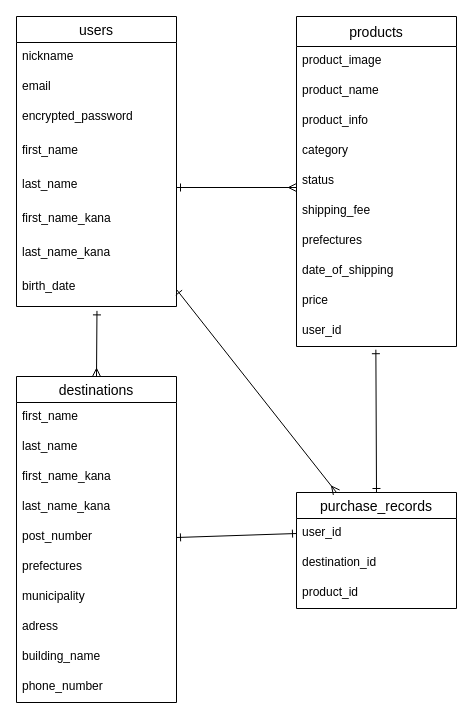
zumesan/furima-37586 keeps this draw.io diagram as furima.dio. Above is the earlier version. Source tidied: cells renumbered, new cells numbered last; positions are measured from the earlier drawing's top-left corner, leaving out a move shared by most shapes. Both pictures are drawn from the tidied source at 100%, with x=0, y=0 at pixel (16, 16).
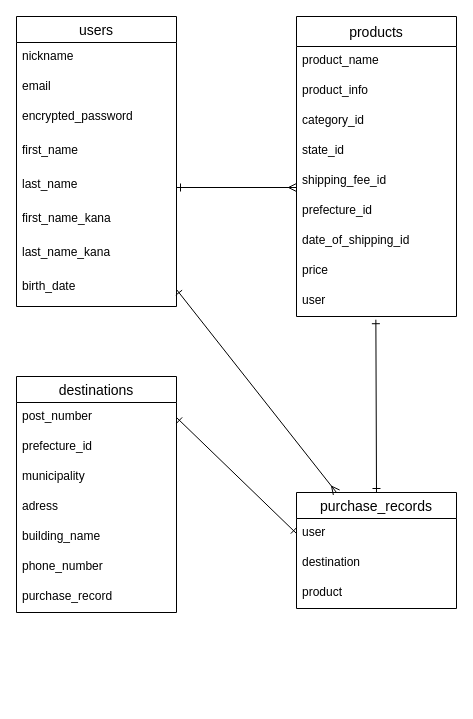
After the change.

The change refers to these unchanged cells:
```xml
<mxCell id="10" value="birth_date" style="text;strokeColor=none;fillColor=none;spacingLeft=4;spacingRight=4;overflow=hidden;points=[[0,0.5],[1,0.5]];portConstraint=eastwest;fontSize=12;" parent="2" vertex="1">
  <mxGeometry y="256" width="160" height="34" as="geometry" />
</mxCell>
<mxCell id="35" value="purchase_records" style="swimlane;fontStyle=0;horizontal=1;startSize=26;align=center;fontSize=14;" parent="1" vertex="1">
  <mxGeometry x="280" y="476" width="160" height="116" as="geometry" />
</mxCell>
```

What changed in the source:
```diff
@@
     <mxCell id="12" value="products" style="swimlane;fontStyle=0;horizontal=1;startSize=30;align=center;fontSize=14;" parent="1" vertex="1">
-      <mxGeometry x="280" width="160" height="330" as="geometry" />
+      <mxGeometry x="280" width="160" height="300" as="geometry" />
     </mxCell>
-    <mxCell id="13" value="product_image" style="text;strokeColor=none;fillColor=none;spacingLeft=4;spacingRight=4;overflow=hidden;fontSize=12;" parent="12" vertex="1">
-      <mxGeometry y="30" width="160" height="30" as="geometry" />
-    </mxCell>
     <mxCell id="14" value="product_name" style="text;strokeColor=none;fillColor=none;spacingLeft=4;spacingRight=4;overflow=hidden;fontSize=12;" parent="12" vertex="1">
-      <mxGeometry y="60" width="160" height="30" as="geometry" />
+      <mxGeometry y="30" width="160" height="30" as="geometry" />
     </mxCell>
     <mxCell id="15" value="product_info" style="text;strokeColor=none;fillColor=none;spacingLeft=4;spacingRight=4;overflow=hidden;fontSize=12;" parent="12" vertex="1">
-      <mxGeometry y="90" width="160" height="30" as="geometry" />
+      <mxGeometry y="60" width="160" height="30" as="geometry" />
     </mxCell>
-    <mxCell id="16" value="category" style="text;strokeColor=none;fillColor=none;spacingLeft=4;spacingRight=4;overflow=hidden;fontSize=12;" parent="12" vertex="1">
-      <mxGeometry y="120" width="160" height="30" as="geometry" />
+    <mxCell id="16" value="category_id" style="text;strokeColor=none;fillColor=none;spacingLeft=4;spacingRight=4;overflow=hidden;fontSize=12;" parent="12" vertex="1">
+      <mxGeometry y="90" width="160" height="30" as="geometry" />
     </mxCell>
-    <mxCell id="17" value="status" style="text;strokeColor=none;fillColor=none;spacingLeft=4;spacingRight=4;overflow=hidden;fontSize=12;" parent="12" vertex="1">
-      <mxGeometry y="150" width="160" height="30" as="geometry" />
+    <mxCell id="17" value="state_id" style="text;strokeColor=none;fillColor=none;spacingLeft=4;spacingRight=4;overflow=hidden;fontSize=12;" parent="12" vertex="1">
+      <mxGeometry y="120" width="160" height="30" as="geometry" />
     </mxCell>
-    <mxCell id="18" value="shipping_fee" style="text;strokeColor=none;fillColor=none;spacingLeft=4;spacingRight=4;overflow=hidden;fontSize=12;" parent="12" vertex="1">
-      <mxGeometry y="180" width="160" height="30" as="geometry" />
+    <mxCell id="18" value="shipping_fee_id" style="text;strokeColor=none;fillColor=none;spacingLeft=4;spacingRight=4;overflow=hidden;fontSize=12;" parent="12" vertex="1">
+      <mxGeometry y="150" width="160" height="30" as="geometry" />
     </mxCell>
-    <mxCell id="19" value="prefectures" style="text;strokeColor=none;fillColor=none;spacingLeft=4;spacingRight=4;overflow=hidden;fontSize=12;" parent="12" vertex="1">
-      <mxGeometry y="210" width="160" height="30" as="geometry" />
+    <mxCell id="19" value="prefecture_id" style="text;strokeColor=none;fillColor=none;spacingLeft=4;spacingRight=4;overflow=hidden;fontSize=12;" parent="12" vertex="1">
+      <mxGeometry y="180" width="160" height="30" as="geometry" />
     </mxCell>
-    <mxCell id="20" value="date_of_shipping" style="text;strokeColor=none;fillColor=none;spacingLeft=4;spacingRight=4;overflow=hidden;fontSize=12;" parent="12" vertex="1">
-      <mxGeometry y="240" width="160" height="30" as="geometry" />
+    <mxCell id="20" value="date_of_shipping_id" style="text;strokeColor=none;fillColor=none;spacingLeft=4;spacingRight=4;overflow=hidden;fontSize=12;" parent="12" vertex="1">
+      <mxGeometry y="210" width="160" height="30" as="geometry" />
     </mxCell>
     <mxCell id="21" value="price" style="text;strokeColor=none;fillColor=none;spacingLeft=4;spacingRight=4;overflow=hidden;fontSize=12;" parent="12" vertex="1">
-      <mxGeometry y="270" width="160" height="30" as="geometry" />
+      <mxGeometry y="240" width="160" height="30" as="geometry" />
     </mxCell>
-    <mxCell id="22" value="user_id" style="text;strokeColor=none;fillColor=none;spacingLeft=4;spacingRight=4;overflow=hidden;points=[[0,0.5],[1,0.5]];portConstraint=eastwest;fontSize=12;" parent="12" vertex="1">
-      <mxGeometry y="300" width="160" height="30" as="geometry" />
+    <mxCell id="22" value="user" style="text;strokeColor=none;fillColor=none;spacingLeft=4;spacingRight=4;overflow=hidden;points=[[0,0.5],[1,0.5]];portConstraint=eastwest;fontSize=12;" parent="12" vertex="1">
+      <mxGeometry y="270" width="160" height="30" as="geometry" />
     </mxCell>
-    <mxCell id="23" style="edgeStyle=none;html=1;exitX=0.5;exitY=0;exitDx=0;exitDy=0;entryX=0.503;entryY=1.129;entryDx=0;entryDy=0;entryPerimeter=0;startArrow=ERmany;startFill=0;endArrow=ERone;endFill=0;" parent="1" edge="1" source="24" target="10">
-      <mxGeometry relative="1" as="geometry" />
-    </mxCell>
     <mxCell id="24" value="destinations" style="swimlane;fontStyle=0;horizontal=1;startSize=26;align=center;fontSize=14;" parent="1" vertex="1">
-      <mxGeometry y="360" width="160" height="326" as="geometry" />
+      <mxGeometry y="360" width="160" height="236" as="geometry" />
     </mxCell>
-    <mxCell id="25" value="first_name" style="text;strokeColor=none;fillColor=none;spacingLeft=4;spacingRight=4;overflow=hidden;fontSize=12;" parent="24" vertex="1">
-      <mxGeometry y="26" width="160" height="30" as="geometry" />
-    </mxCell>
-    <mxCell id="26" value="last_name" style="text;strokeColor=none;fillColor=none;spacingLeft=4;spacingRight=4;overflow=hidden;fontSize=12;" parent="24" vertex="1">
-      <mxGeometry y="56" width="160" height="30" as="geometry" />
-    </mxCell>
-    <mxCell id="27" value="first_name_kana" style="text;strokeColor=none;fillColor=none;spacingLeft=4;spacingRight=4;overflow=hidden;fontSize=12;" parent="24" vertex="1">
-      <mxGeometry y="86" width="160" height="30" as="geometry" />
-    </mxCell>
-    <mxCell id="28" value="last_name_kana" style="text;strokeColor=none;fillColor=none;spacingLeft=4;spacingRight=4;overflow=hidden;fontSize=12;" parent="24" vertex="1">
-      <mxGeometry y="116" width="160" height="30" as="geometry" />
-    </mxCell>
     <mxCell id="29" value="post_number" style="text;strokeColor=none;fillColor=none;spacingLeft=4;spacingRight=4;overflow=hidden;points=[[0,0.5],[1,0.5]];portConstraint=eastwest;fontSize=12;" parent="24" vertex="1">
-      <mxGeometry y="146" width="160" height="30" as="geometry" />
+      <mxGeometry y="26" width="160" height="30" as="geometry" />
     </mxCell>
-    <mxCell id="30" value="prefectures" style="text;strokeColor=none;fillColor=none;spacingLeft=4;spacingRight=4;overflow=hidden;fontSize=12;" parent="24" vertex="1">
-      <mxGeometry y="176" width="160" height="30" as="geometry" />
+    <mxCell id="30" value="prefecture_id" style="text;strokeColor=none;fillColor=none;spacingLeft=4;spacingRight=4;overflow=hidden;fontSize=12;" parent="24" vertex="1">
+      <mxGeometry y="56" width="160" height="30" as="geometry" />
     </mxCell>
     <mxCell id="31" value="municipality" style="text;strokeColor=none;fillColor=none;spacingLeft=4;spacingRight=4;overflow=hidden;fontSize=12;" parent="24" vertex="1">
-      <mxGeometry y="206" width="160" height="30" as="geometry" />
+      <mxGeometry y="86" width="160" height="30" as="geometry" />
     </mxCell>
     <mxCell id="32" value="adress" style="text;strokeColor=none;fillColor=none;spacingLeft=4;spacingRight=4;overflow=hidden;fontSize=12;" parent="24" vertex="1">
-      <mxGeometry y="236" width="160" height="30" as="geometry" />
+      <mxGeometry y="116" width="160" height="30" as="geometry" />
     </mxCell>
     <mxCell id="33" value="building_name" style="text;strokeColor=none;fillColor=none;spacingLeft=4;spacingRight=4;overflow=hidden;fontSize=12;" parent="24" vertex="1">
-      <mxGeometry y="266" width="160" height="30" as="geometry" />
+      <mxGeometry y="146" width="160" height="30" as="geometry" />
     </mxCell>
     <mxCell id="34" value="phone_number" style="text;strokeColor=none;fillColor=none;spacingLeft=4;spacingRight=4;overflow=hidden;fontSize=12;" parent="24" vertex="1">
-      <mxGeometry y="296" width="160" height="30" as="geometry" />
+      <mxGeometry y="176" width="160" height="30" as="geometry" />
     </mxCell>
+    <mxCell id="42" value="purchase_record" style="text;strokeColor=none;fillColor=none;spacingLeft=4;spacingRight=4;overflow=hidden;fontSize=12;" parent="24" vertex="1">
+      <mxGeometry y="206" width="160" height="30" as="geometry" />
+    </mxCell>
@@
-    <mxCell id="36" value="user_id" style="text;strokeColor=none;fillColor=none;spacingLeft=4;spacingRight=4;overflow=hidden;points=[[0,0.5],[1,0.5]];portConstraint=eastwest;fontSize=12;" parent="35" vertex="1">
+    <mxCell id="36" value="user" style="text;strokeColor=none;fillColor=none;spacingLeft=4;spacingRight=4;overflow=hidden;points=[[0,0.5],[1,0.5]];portConstraint=eastwest;fontSize=12;" parent="35" vertex="1">
       <mxGeometry y="26" width="160" height="30" as="geometry" />
     </mxCell>
-    <mxCell id="37" value="destination_id" style="text;strokeColor=none;fillColor=none;spacingLeft=4;spacingRight=4;overflow=hidden;fontSize=12;" parent="35" vertex="1">
+    <mxCell id="37" value="destination" style="text;strokeColor=none;fillColor=none;spacingLeft=4;spacingRight=4;overflow=hidden;fontSize=12;" parent="35" vertex="1">
       <mxGeometry y="56" width="160" height="30" as="geometry" />
     </mxCell>
-    <mxCell id="38" value="product_id" style="text;strokeColor=none;fillColor=none;spacingLeft=4;spacingRight=4;overflow=hidden;fontSize=12;" parent="35" vertex="1">
+    <mxCell id="38" value="product" style="text;strokeColor=none;fillColor=none;spacingLeft=4;spacingRight=4;overflow=hidden;fontSize=12;" parent="35" vertex="1">
       <mxGeometry y="86" width="160" height="30" as="geometry" />
     </mxCell>
```
